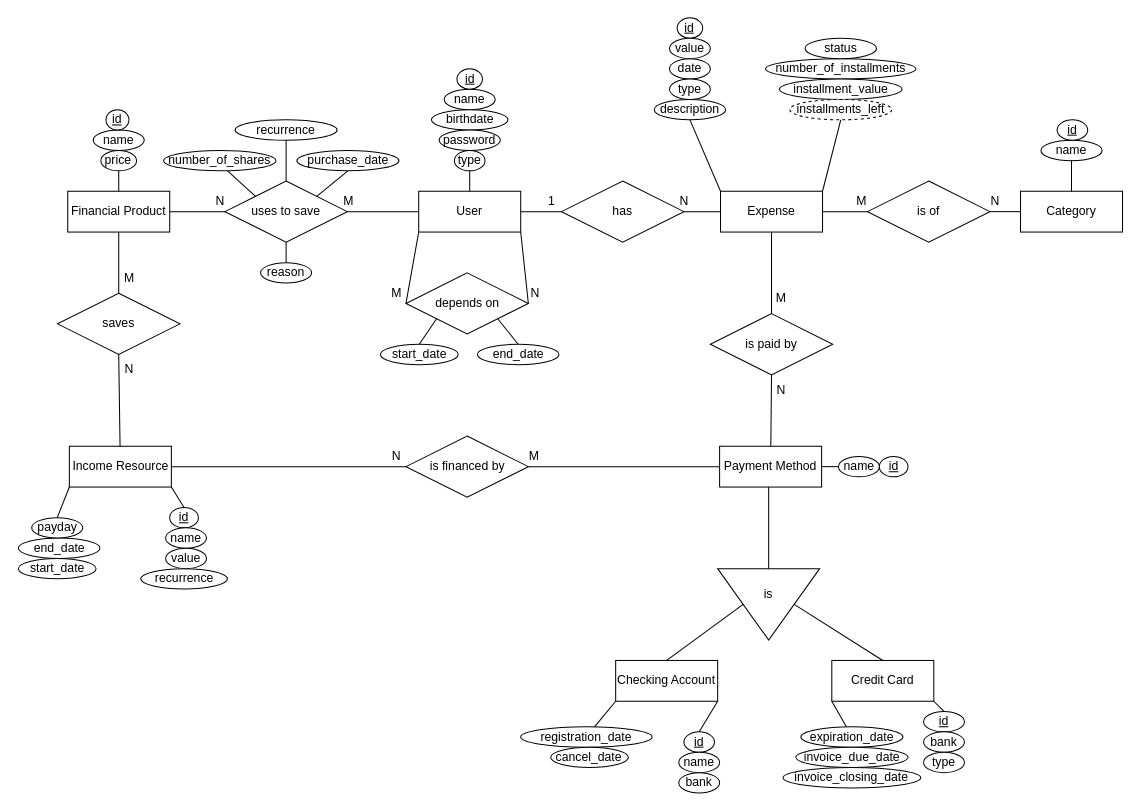
giogvn/FinalProjectCTEDS keeps this draw.io diagram as Data/DataDiagrams/entityRelationship.drawio. Above is the earlier version. Source tidied: cells renumbered, new cells numbered last; positions are measured from the earlier drawing's top-left corner, leaving out a move shared by most shapes. Both pictures are drawn from the tidied source at 102%, with x=0, y=0 at pixel (18, 17).
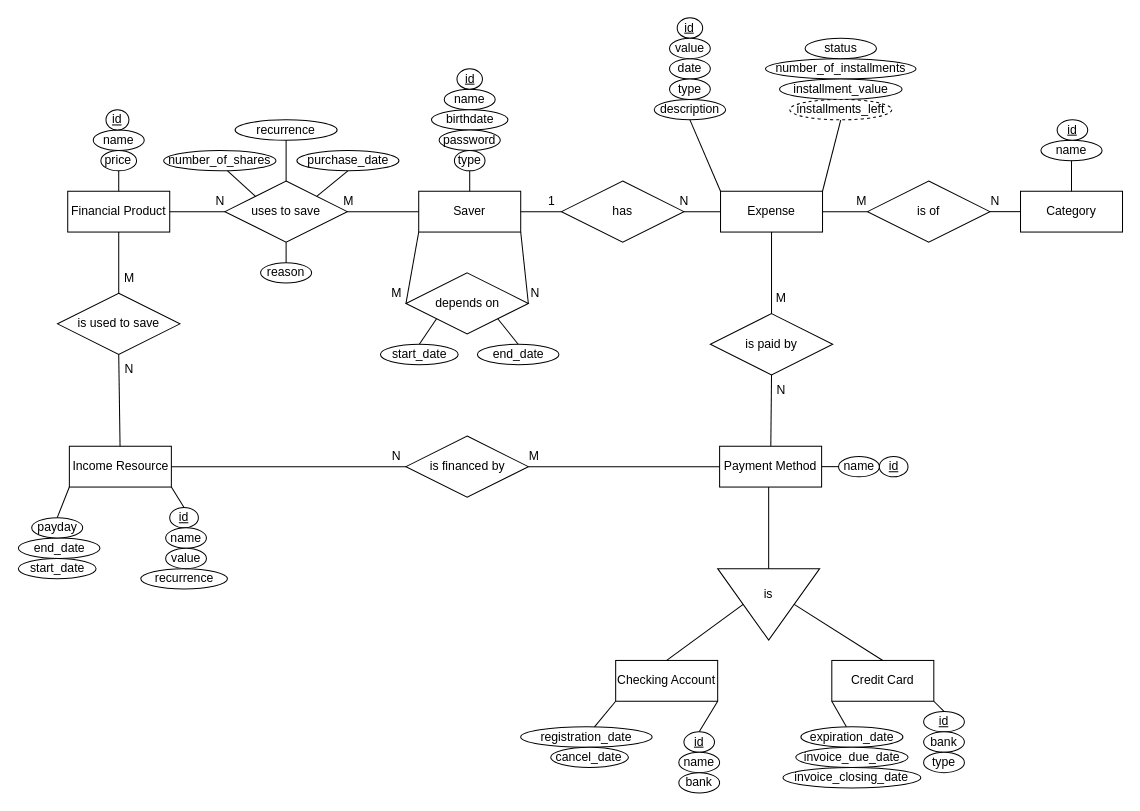
Above is the later version.

Commit message (it also covers changes not shown here):
Changes User Relation's name to Saver and deleter password from the FinancialProduct relation in the Logical Model

What changed in the source:
```diff
@@
-    <mxCell id="8" value="User" style="whiteSpace=wrap;html=1;align=center;" parent="1" vertex="1">
+    <mxCell id="8" value="Saver" style="whiteSpace=wrap;html=1;align=center;" parent="1" vertex="1">
       <mxGeometry x="392" y="170" width="100" height="40" as="geometry" />
     </mxCell>
@@
-    <mxCell id="100" value="saves" style="shape=rhombus;perimeter=rhombusPerimeter;whiteSpace=wrap;html=1;align=center;" parent="1" vertex="1">
+    <mxCell id="100" value="is used to save" style="shape=rhombus;perimeter=rhombusPerimeter;whiteSpace=wrap;html=1;align=center;" parent="1" vertex="1">
       <mxGeometry x="37.9" y="270" width="120" height="60" as="geometry" />
     </mxCell>
```
